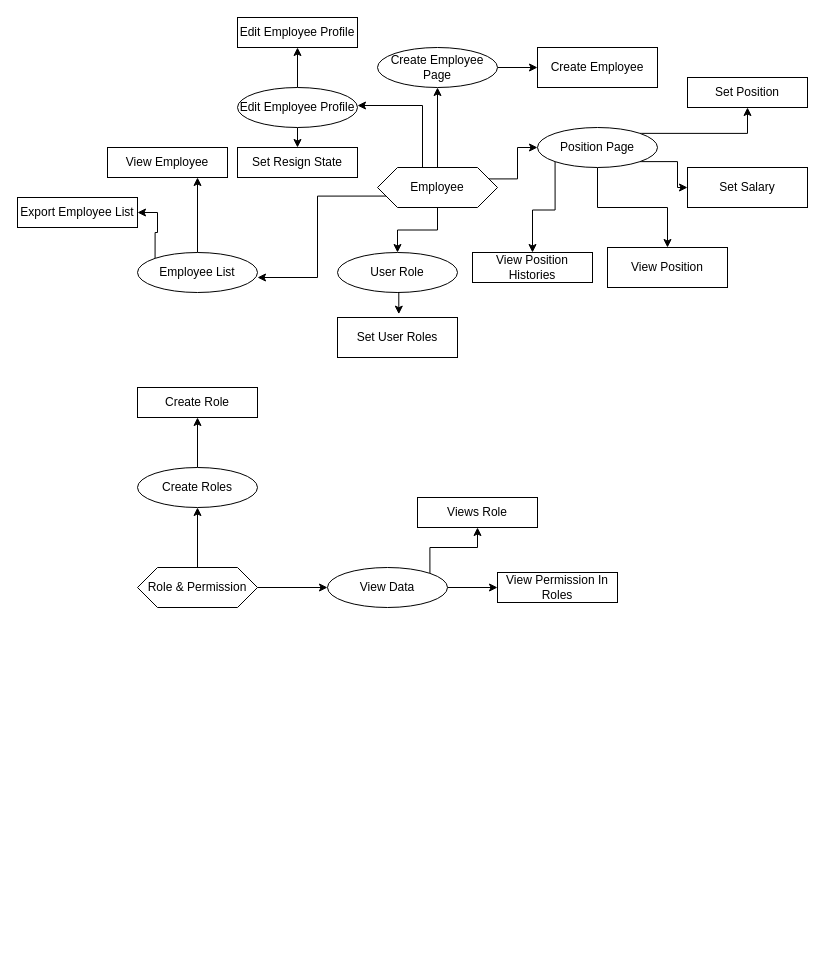
This is page "HR" (2 of 4) of Design/Design.drawio from nh439/RocketShop3, a draw.io file, before an edit. Source tidied: cells renumbered, new cells numbered last; positions are measured from the earlier drawing's top-left corner, leaving out a move shared by most shapes. Both pictures are drawn from the tidied source at 100%, with x=0, y=0 at pixel (17, 17).
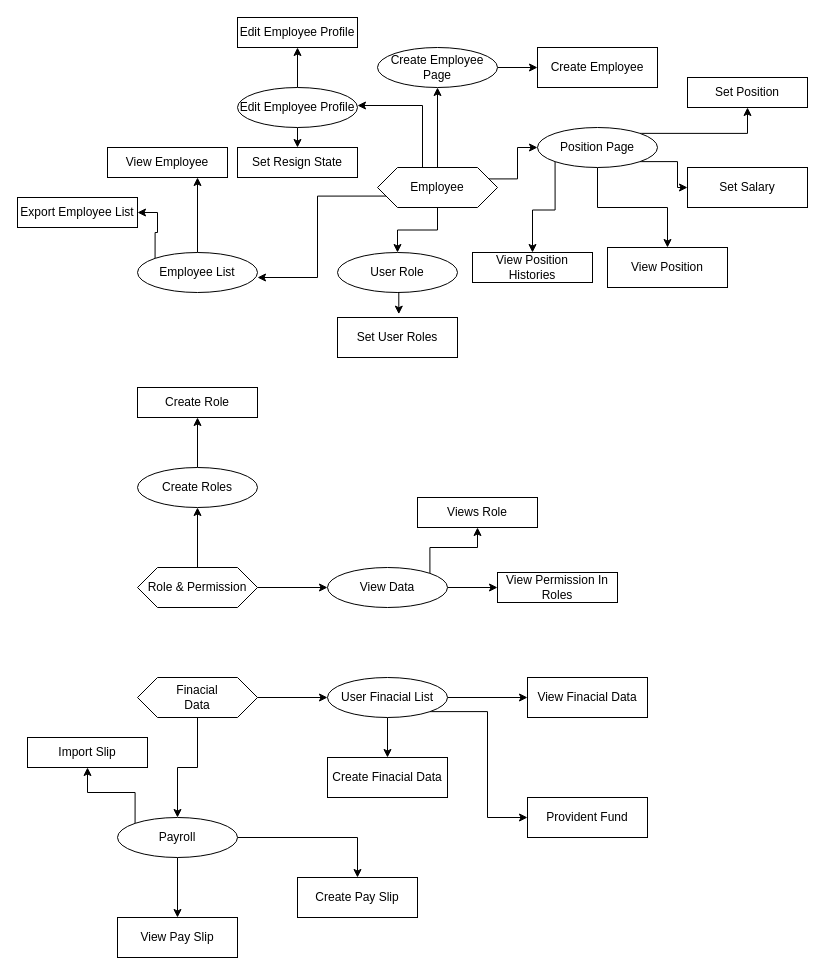
The same diagram, later.

Change to the diagram source:
```diff
@@
+    <mxCell id="44" style="edgeStyle=orthogonalEdgeStyle;rounded=0;jettySize=auto;html=1;exitX=1;exitY=0.5;exitDx=0;exitDy=0;entryX=0;entryY=0.5;entryDx=0;entryDy=0;" parent="1" edge="1" source="46" target="50">
+      <mxGeometry relative="1" as="geometry" />
+    </mxCell>
+    <mxCell id="45" style="edgeStyle=orthogonalEdgeStyle;rounded=0;jettySize=auto;html=1;exitX=0.5;exitY=1;exitDx=0;exitDy=0;" parent="1" edge="1" source="46" target="56">
+      <mxGeometry relative="1" as="geometry" />
+    </mxCell>
+    <mxCell id="46" value="Finacial&lt;div&gt;Data&lt;/div&gt;" style="shape=hexagon;perimeter=hexagonPerimeter2;whiteSpace=wrap;html=1;fixedSize=1;" parent="1" vertex="1">
+      <mxGeometry x="120" y="660" width="120" height="40" as="geometry" />
+    </mxCell>
+    <mxCell id="47" style="edgeStyle=orthogonalEdgeStyle;rounded=0;jettySize=auto;html=1;exitX=0.5;exitY=1;exitDx=0;exitDy=0;" parent="1" edge="1" source="50" target="51">
+      <mxGeometry relative="1" as="geometry" />
+    </mxCell>
+    <mxCell id="48" style="edgeStyle=orthogonalEdgeStyle;rounded=0;jettySize=auto;html=1;exitX=1;exitY=0.5;exitDx=0;exitDy=0;" parent="1" edge="1" source="50" target="52">
+      <mxGeometry relative="1" as="geometry" />
+    </mxCell>
+    <mxCell id="49" style="edgeStyle=orthogonalEdgeStyle;rounded=0;jettySize=auto;html=1;exitX=1;exitY=1;exitDx=0;exitDy=0;entryX=0;entryY=0.5;entryDx=0;entryDy=0;" parent="1" edge="1" source="50" target="57">
+      <mxGeometry relative="1" as="geometry" />
+    </mxCell>
+    <mxCell id="50" value="User Finacial List" style="ellipse;whiteSpace=wrap;html=1;" parent="1" vertex="1">
+      <mxGeometry x="310" y="660" width="120" height="40" as="geometry" />
+    </mxCell>
+    <mxCell id="51" value="Create Finacial Data" style="rounded=0;whiteSpace=wrap;html=1;" parent="1" vertex="1">
+      <mxGeometry x="310" y="740" width="120" height="40" as="geometry" />
+    </mxCell>
+    <mxCell id="52" value="View Finacial Data" style="rounded=0;whiteSpace=wrap;html=1;" parent="1" vertex="1">
+      <mxGeometry x="510" y="660" width="120" height="40" as="geometry" />
+    </mxCell>
+    <mxCell id="53" style="edgeStyle=orthogonalEdgeStyle;rounded=0;jettySize=auto;html=1;exitX=1;exitY=0.5;exitDx=0;exitDy=0;" parent="1" edge="1" source="56" target="58">
+      <mxGeometry relative="1" as="geometry" />
+    </mxCell>
+    <mxCell id="54" style="edgeStyle=orthogonalEdgeStyle;rounded=0;jettySize=auto;html=1;exitX=0.5;exitY=1;exitDx=0;exitDy=0;entryX=0.5;entryY=0;entryDx=0;entryDy=0;" parent="1" edge="1" source="56" target="59">
+      <mxGeometry relative="1" as="geometry" />
+    </mxCell>
+    <mxCell id="55" style="edgeStyle=orthogonalEdgeStyle;rounded=0;jettySize=auto;html=1;exitX=0;exitY=0;exitDx=0;exitDy=0;entryX=0.5;entryY=1;entryDx=0;entryDy=0;" parent="1" edge="1" source="56" target="60">
+      <mxGeometry relative="1" as="geometry" />
+    </mxCell>
+    <mxCell id="56" value="Payroll" style="ellipse;whiteSpace=wrap;html=1;" parent="1" vertex="1">
+      <mxGeometry x="100" y="800" width="120" height="40" as="geometry" />
+    </mxCell>
+    <mxCell id="57" value="Provident Fund" style="rounded=0;whiteSpace=wrap;html=1;" parent="1" vertex="1">
+      <mxGeometry x="510" y="780" width="120" height="40" as="geometry" />
+    </mxCell>
+    <mxCell id="58" value="Create Pay Slip" style="rounded=0;whiteSpace=wrap;html=1;" parent="1" vertex="1">
+      <mxGeometry x="280" y="860" width="120" height="40" as="geometry" />
+    </mxCell>
+    <mxCell id="59" value="View Pay Slip" style="rounded=0;whiteSpace=wrap;html=1;" parent="1" vertex="1">
+      <mxGeometry x="100" y="900" width="120" height="40" as="geometry" />
+    </mxCell>
+    <mxCell id="60" value="Import Slip" style="rounded=0;whiteSpace=wrap;html=1;" parent="1" vertex="1">
+      <mxGeometry x="10" y="720" width="120" height="30" as="geometry" />
+    </mxCell>
```
